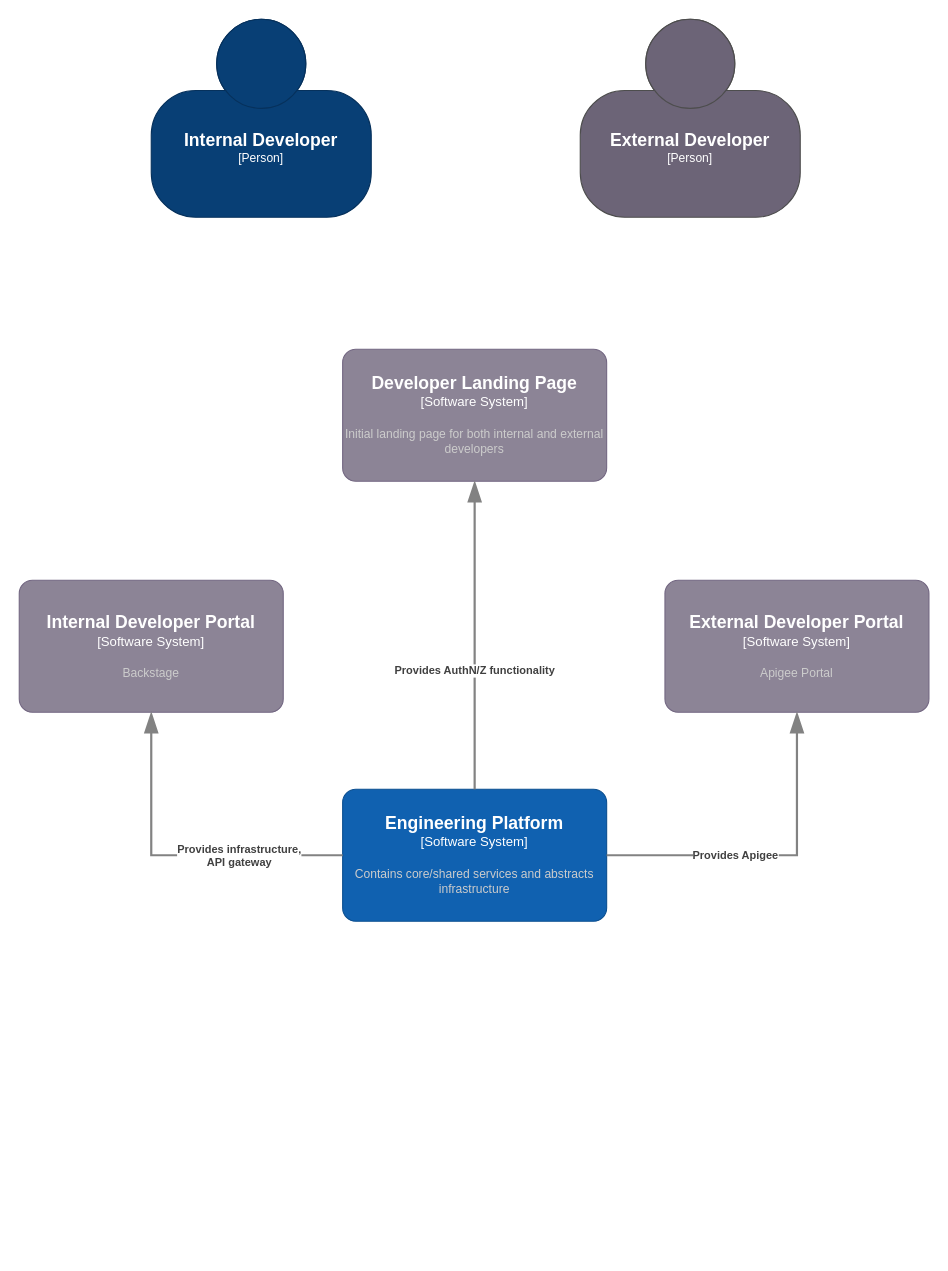
Above: page "Context" (1 of 2) of Architecture.drawio in vryali/example (draw.io), before the change. Source tidied: cells renumbered, new cells numbered last; positions are measured from the earlier drawing's top-left corner, leaving out a move shared by most shapes. Both pictures are drawn from the tidied source at 110%, with x=0, y=0 at pixel (19, 19).
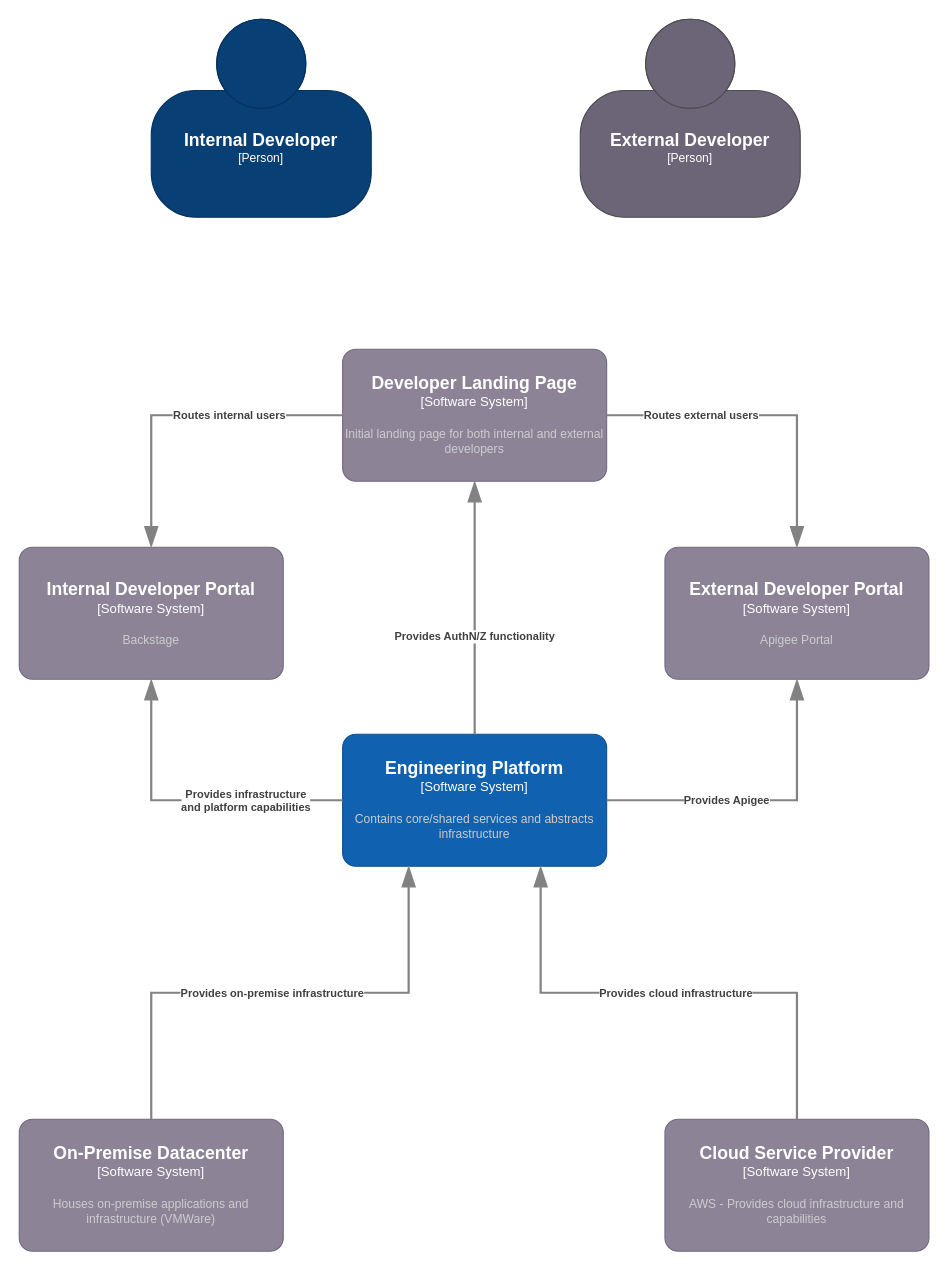
The same diagram, later.

Commit message:
Added component diagram

Unchanged cells that the change refers to:
```xml
<object id="3" label="&lt;font style=&quot;font-size: 16px&quot;&gt;&lt;b&gt;%c4Name%&lt;/b&gt;&lt;/font&gt;&lt;div&gt;[%c4Type%]&lt;/div&gt;&lt;br&gt;&lt;div&gt;&lt;font style=&quot;font-size: 11px&quot;&gt;&lt;font color=&quot;#cccccc&quot;&gt;%c4Description%&lt;/font&gt;&lt;/div&gt;" c4Description="Initial landing page for both internal and external developers" c4Name="Developer Landing Page" c4Type="Software System" placeholders="1">
  <mxCell style="rounded=1;whiteSpace=wrap;html=1;labelBackgroundColor=none;fillColor=#8C8496;fontColor=#ffffff;align=center;arcSize=10;strokeColor=#736782;points=[[0.25,0,0],[0.5,0,0],[0.75,0,0],[1,0.25,0],[1,0.5,0],[1,0.75,0],[0.75,1,0],[0.5,1,0],[0.25,1,0],[0,0.75,0],[0,0.5,0],[0,0.25,0]];" parent="1" vertex="1">
    <mxGeometry x="294" y="300" width="240" height="120" as="geometry" />
  </mxCell>
</object>
```

What changed in the source:
```diff
@@
     <object id="2" label="&lt;font style=&quot;font-size: 16px&quot;&gt;&lt;b&gt;%c4Name%&lt;/b&gt;&lt;/font&gt;&lt;div&gt;[%c4Type%]&lt;/div&gt;&lt;br&gt;&lt;div&gt;&lt;font style=&quot;font-size: 11px&quot;&gt;&lt;font color=&quot;#cccccc&quot;&gt;%c4Description%&lt;/font&gt;&lt;/div&gt;" c4Description="Contains core/shared services and abstracts infrastructure" c4Name="Engineering Platform" c4Type="Software System" placeholders="1">
       <mxCell style="rounded=1;whiteSpace=wrap;html=1;labelBackgroundColor=none;fillColor=#1061B0;fontColor=#ffffff;align=center;arcSize=10;strokeColor=#0D5091;points=[[0.25,0,0],[0.5,0,0],[0.75,0,0],[1,0.25,0],[1,0.5,0],[1,0.75,0],[0.75,1,0],[0.5,1,0],[0.25,1,0],[0,0.75,0],[0,0.5,0],[0,0.25,0]];" parent="1" vertex="1">
-        <mxGeometry x="294" y="700" width="240" height="120" as="geometry" />
+        <mxGeometry x="294" y="650" width="240" height="120" as="geometry" />
       </mxCell>
     </object>
@@
     <object id="6" label="&lt;font style=&quot;font-size: 16px&quot;&gt;&lt;b&gt;%c4Name%&lt;/b&gt;&lt;/font&gt;&lt;div&gt;[%c4Type%]&lt;/div&gt;&lt;br&gt;&lt;div&gt;&lt;font style=&quot;font-size: 11px&quot;&gt;&lt;font color=&quot;#cccccc&quot;&gt;%c4Description%&lt;/font&gt;&lt;/div&gt;" c4Description="Backstage" c4Name="Internal Developer Portal" c4Type="Software System" placeholders="1">
       <mxCell style="rounded=1;whiteSpace=wrap;html=1;labelBackgroundColor=none;fillColor=#8C8496;fontColor=#ffffff;align=center;arcSize=10;strokeColor=#736782;points=[[0.25,0,0],[0.5,0,0],[0.75,0,0],[1,0.25,0],[1,0.5,0],[1,0.75,0],[0.75,1,0],[0.5,1,0],[0.25,1,0],[0,0.75,0],[0,0.5,0],[0,0.25,0]];" parent="1" vertex="1">
-        <mxGeometry y="510" width="240" height="120" as="geometry" />
+        <mxGeometry y="480" width="240" height="120" as="geometry" />
       </mxCell>
     </object>
     <object id="7" label="&lt;font style=&quot;font-size: 16px&quot;&gt;&lt;b&gt;%c4Name%&lt;/b&gt;&lt;/font&gt;&lt;div&gt;[%c4Type%]&lt;/div&gt;&lt;br&gt;&lt;div&gt;&lt;font style=&quot;font-size: 11px&quot;&gt;&lt;font color=&quot;#cccccc&quot;&gt;%c4Description%&lt;/font&gt;&lt;/div&gt;" c4Description="Apigee Portal" c4Name="External Developer Portal" c4Type="Software System" placeholders="1">
       <mxCell style="rounded=1;whiteSpace=wrap;html=1;labelBackgroundColor=none;fillColor=#8C8496;fontColor=#ffffff;align=center;arcSize=10;strokeColor=#736782;points=[[0.25,0,0],[0.5,0,0],[0.75,0,0],[1,0.25,0],[1,0.5,0],[1,0.75,0],[0.75,1,0],[0.5,1,0],[0.25,1,0],[0,0.75,0],[0,0.5,0],[0,0.25,0]];" parent="1" vertex="1">
-        <mxGeometry x="587" y="510" width="240" height="120" as="geometry" />
+        <mxGeometry x="587" y="480" width="240" height="120" as="geometry" />
       </mxCell>
     </object>
@@
-    <object id="10" label="&lt;div style=&quot;text-align: left&quot;&gt;&lt;div style=&quot;text-align: center&quot;&gt;&lt;b&gt;%c4Description%&lt;/b&gt;&lt;/div&gt;" c4Description="Provides infrastructure,&#10;API gateway" placeholders="1">
+    <object id="10" label="&lt;div style=&quot;text-align: left&quot;&gt;&lt;div style=&quot;text-align: center&quot;&gt;&lt;b&gt;%c4Description%&lt;/b&gt;&lt;/div&gt;" c4Description="Provides infrastructure&#10;and platform capabilities" placeholders="1">
       <mxCell style="endArrow=blockThin;html=1;fontSize=10;fontColor=#404040;strokeWidth=2;endFill=1;strokeColor=#828282;elbow=vertical;endSize=14;startSize=14;jumpStyle=arc;jumpSize=16;rounded=0;edgeStyle=orthogonalEdgeStyle;exitX=0;exitY=0.5;exitDx=0;exitDy=0;exitPerimeter=0;entryX=0.5;entryY=1;entryDx=0;entryDy=0;entryPerimeter=0;" parent="1" edge="1" source="2" target="6">
         <mxGeometry x="-0.38" relative="1" as="geometry" />
       </mxCell>
     </object>
+    <object id="11" label="&lt;div style=&quot;text-align: left&quot;&gt;&lt;div style=&quot;text-align: center&quot;&gt;&lt;b&gt;%c4Description%&lt;/b&gt;&lt;/div&gt;" c4Description="Routes internal users" placeholders="1">
+      <mxCell style="endArrow=blockThin;html=1;fontSize=10;fontColor=#404040;strokeWidth=2;endFill=1;strokeColor=#828282;elbow=vertical;endSize=14;startSize=14;jumpStyle=arc;jumpSize=16;rounded=0;edgeStyle=orthogonalEdgeStyle;exitX=0;exitY=0.5;exitDx=0;exitDy=0;exitPerimeter=0;entryX=0.5;entryY=0;entryDx=0;entryDy=0;entryPerimeter=0;" parent="1" edge="1" source="3" target="6">
+        <mxGeometry x="-0.3" relative="1" as="geometry" />
+      </mxCell>
+    </object>
+    <object id="12" label="&lt;div style=&quot;text-align: left&quot;&gt;&lt;div style=&quot;text-align: center&quot;&gt;&lt;b&gt;%c4Description%&lt;/b&gt;&lt;/div&gt;" c4Description="Routes external users" placeholders="1">
+      <mxCell style="endArrow=blockThin;html=1;fontSize=10;fontColor=#404040;strokeWidth=2;endFill=1;strokeColor=#828282;elbow=vertical;endSize=14;startSize=14;jumpStyle=arc;jumpSize=16;rounded=0;edgeStyle=orthogonalEdgeStyle;exitX=1;exitY=0.5;exitDx=0;exitDy=0;exitPerimeter=0;entryX=0.5;entryY=0;entryDx=0;entryDy=0;entryPerimeter=0;" parent="1" edge="1" source="3" target="7">
+        <mxGeometry x="-0.41" relative="1" as="geometry" />
+      </mxCell>
+    </object>
+    <object id="13" label="&lt;font style=&quot;font-size: 16px&quot;&gt;&lt;b&gt;%c4Name%&lt;/b&gt;&lt;/font&gt;&lt;div&gt;[%c4Type%]&lt;/div&gt;&lt;br&gt;&lt;div&gt;&lt;font style=&quot;font-size: 11px&quot;&gt;&lt;font color=&quot;#cccccc&quot;&gt;%c4Description%&lt;/font&gt;&lt;/div&gt;" c4Description="Houses on-premise applications and infrastructure (VMWare)" c4Name="On-Premise Datacenter" c4Type="Software System" placeholders="1">
+      <mxCell style="rounded=1;whiteSpace=wrap;html=1;labelBackgroundColor=none;fillColor=#8C8496;fontColor=#ffffff;align=center;arcSize=10;strokeColor=#736782;points=[[0.25,0,0],[0.5,0,0],[0.75,0,0],[1,0.25,0],[1,0.5,0],[1,0.75,0],[0.75,1,0],[0.5,1,0],[0.25,1,0],[0,0.75,0],[0,0.5,0],[0,0.25,0]];" parent="1" vertex="1">
+        <mxGeometry y="1000" width="240" height="120" as="geometry" />
+      </mxCell>
+    </object>
+    <object id="14" label="&lt;div style=&quot;text-align: left&quot;&gt;&lt;div style=&quot;text-align: center&quot;&gt;&lt;b&gt;%c4Description%&lt;/b&gt;&lt;/div&gt;" c4Description="Provides on-premise infrastructure" placeholders="1">
+      <mxCell style="endArrow=blockThin;html=1;fontSize=10;fontColor=#404040;strokeWidth=2;endFill=1;strokeColor=#828282;elbow=vertical;endSize=14;startSize=14;jumpStyle=arc;jumpSize=16;rounded=0;edgeStyle=orthogonalEdgeStyle;exitX=0.5;exitY=0;exitDx=0;exitDy=0;exitPerimeter=0;entryX=0.25;entryY=1;entryDx=0;entryDy=0;entryPerimeter=0;" parent="1" edge="1" source="13" target="2">
+        <mxGeometry x="-0.03" relative="1" as="geometry" />
+      </mxCell>
+    </object>
+    <object id="15" label="&lt;font style=&quot;font-size: 16px&quot;&gt;&lt;b&gt;%c4Name%&lt;/b&gt;&lt;/font&gt;&lt;div&gt;[%c4Type%]&lt;/div&gt;&lt;br&gt;&lt;div&gt;&lt;font style=&quot;font-size: 11px&quot;&gt;&lt;font color=&quot;#cccccc&quot;&gt;%c4Description%&lt;/font&gt;&lt;/div&gt;" c4Description="AWS - Provides cloud infrastructure and capabilities" c4Name="Cloud Service Provider" c4Type="Software System" placeholders="1">
+      <mxCell style="rounded=1;whiteSpace=wrap;html=1;labelBackgroundColor=none;fillColor=#8C8496;fontColor=#ffffff;align=center;arcSize=10;strokeColor=#736782;points=[[0.25,0,0],[0.5,0,0],[0.75,0,0],[1,0.25,0],[1,0.5,0],[1,0.75,0],[0.75,1,0],[0.5,1,0],[0.25,1,0],[0,0.75,0],[0,0.5,0],[0,0.25,0]];" parent="1" vertex="1">
+        <mxGeometry x="587" y="1000" width="240" height="120" as="geometry" />
+      </mxCell>
+    </object>
+    <object id="16" label="&lt;div style=&quot;text-align: left&quot;&gt;&lt;div style=&quot;text-align: center&quot;&gt;&lt;b&gt;%c4Description%&lt;/b&gt;&lt;/div&gt;" c4Description="Provides cloud infrastructure" placeholders="1">
+      <mxCell style="endArrow=blockThin;html=1;fontSize=10;fontColor=#404040;strokeWidth=2;endFill=1;strokeColor=#828282;elbow=vertical;endSize=14;startSize=14;jumpStyle=arc;jumpSize=16;rounded=0;edgeStyle=orthogonalEdgeStyle;exitX=0.5;exitY=0;exitDx=0;exitDy=0;exitPerimeter=0;entryX=0.75;entryY=1;entryDx=0;entryDy=0;entryPerimeter=0;" parent="1" edge="1" source="15" target="2">
+        <mxGeometry x="-0.03" relative="1" as="geometry" />
+      </mxCell>
+    </object>
```
